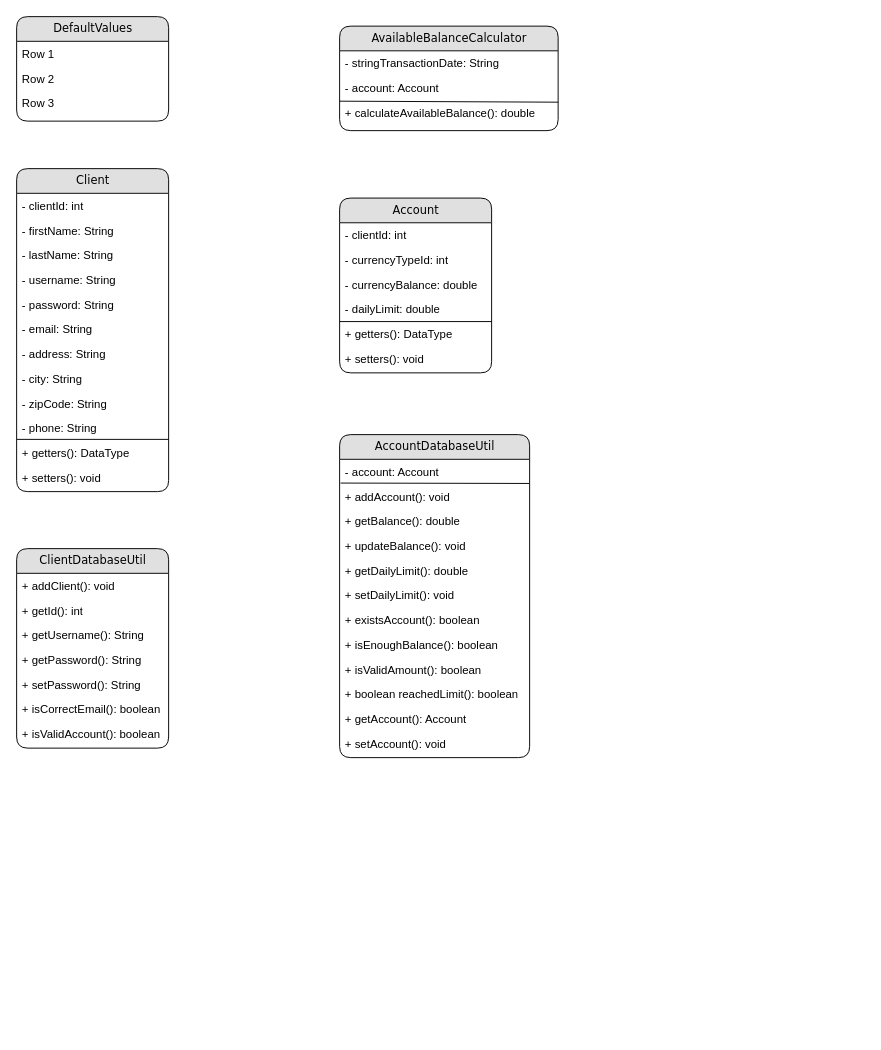
Above: bank-for-pros-UML.drawio in jren-jane/bank-for-pros (draw.io), before the change. Source tidied: cells renumbered, new cells numbered last; positions are measured from the earlier drawing's top-left corner, leaving out a move shared by most shapes. Both pictures are drawn from the tidied source at 95%, with x=0, y=0 at pixel (16, 16).
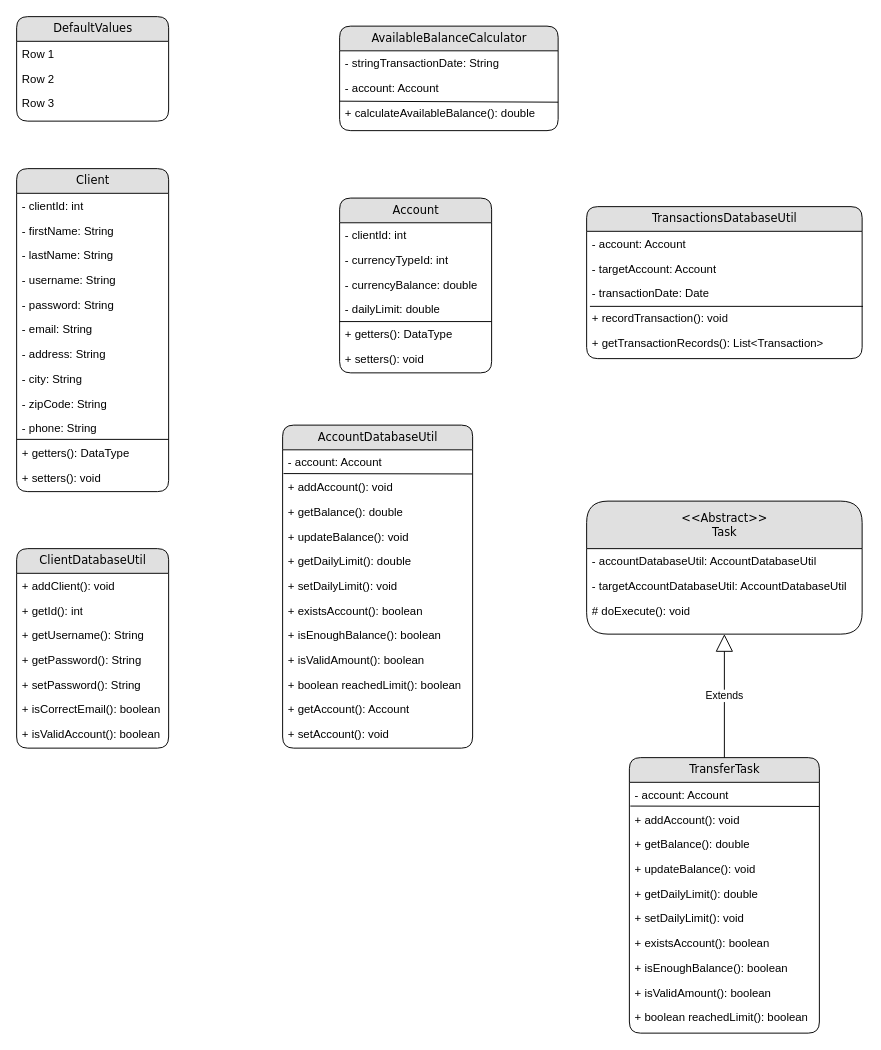
After the change.

What changed in the source:
```diff
@@
     <mxCell id="41" value="AccountDatabaseUtil" style="swimlane;html=1;fontStyle=0;horizontal=1;startSize=26;fillColor=#e0e0e0;swimlaneFillColor=#ffffff;align=center;rounded=1;shadow=0;comic=0;labelBackgroundColor=none;strokeWidth=1;fontFamily=Verdana;fontSize=12;" parent="1" vertex="1">
-      <mxGeometry x="340" y="440" width="200" height="340" as="geometry" />
+      <mxGeometry x="280" y="430" width="200" height="340" as="geometry" />
     </mxCell>
@@
+    <mxCell id="55" value="TransferTask" style="swimlane;html=1;fontStyle=0;horizontal=1;startSize=26;fillColor=#e0e0e0;swimlaneFillColor=#ffffff;align=center;rounded=1;shadow=0;comic=0;labelBackgroundColor=none;strokeWidth=1;fontFamily=Verdana;fontSize=12;" parent="1" vertex="1">
+      <mxGeometry x="645" y="780" width="200" height="290" as="geometry" />
+    </mxCell>
+    <mxCell id="56" value="- account: Account" style="text;html=1;strokeColor=none;fillColor=none;spacingLeft=4;spacingRight=4;whiteSpace=wrap;overflow=hidden;" parent="55" vertex="1">
+      <mxGeometry y="26" width="200" height="26" as="geometry" />
+    </mxCell>
+    <mxCell id="57" value="+ addAccount(): void" style="text;html=1;strokeColor=none;fillColor=none;spacingLeft=4;spacingRight=4;whiteSpace=wrap;overflow=hidden;points=[[0,0.5],[1,0.5]];portConstraint=eastwest;" parent="55" vertex="1">
+      <mxGeometry y="52" width="200" height="26" as="geometry" />
+    </mxCell>
+    <mxCell id="58" value="+ getBalance(): double" style="text;html=1;strokeColor=none;fillColor=none;spacingLeft=4;spacingRight=4;whiteSpace=wrap;overflow=hidden;" parent="55" vertex="1">
+      <mxGeometry y="78" width="200" height="26" as="geometry" />
+    </mxCell>
+    <mxCell id="59" value="+ updateBalance(): void" style="text;html=1;strokeColor=none;fillColor=none;spacingLeft=4;spacingRight=4;whiteSpace=wrap;overflow=hidden;" parent="55" vertex="1">
+      <mxGeometry y="104" width="200" height="26" as="geometry" />
+    </mxCell>
+    <mxCell id="60" value="+ getDailyLimit(): double" style="text;html=1;strokeColor=none;fillColor=none;spacingLeft=4;spacingRight=4;whiteSpace=wrap;overflow=hidden;" parent="55" vertex="1">
+      <mxGeometry y="130" width="200" height="26" as="geometry" />
+    </mxCell>
+    <mxCell id="61" value="+ setDailyLimit(): void" style="text;html=1;strokeColor=none;fillColor=none;spacingLeft=4;spacingRight=4;whiteSpace=wrap;overflow=hidden;" parent="55" vertex="1">
+      <mxGeometry y="156" width="200" height="26" as="geometry" />
+    </mxCell>
+    <mxCell id="62" value="+ existsAccount(): boolean" style="text;html=1;strokeColor=none;fillColor=none;spacingLeft=4;spacingRight=4;whiteSpace=wrap;overflow=hidden;" parent="55" vertex="1">
+      <mxGeometry y="182" width="200" height="26" as="geometry" />
+    </mxCell>
+    <mxCell id="63" value="+ isEnoughBalance(): boolean" style="text;html=1;strokeColor=none;fillColor=none;spacingLeft=4;spacingRight=4;whiteSpace=wrap;overflow=hidden;" parent="55" vertex="1">
+      <mxGeometry y="208" width="200" height="26" as="geometry" />
+    </mxCell>
+    <mxCell id="64" value="+ isValidAmount(): boolean" style="text;html=1;strokeColor=none;fillColor=none;spacingLeft=4;spacingRight=4;whiteSpace=wrap;overflow=hidden;" parent="55" vertex="1">
+      <mxGeometry y="234" width="200" height="26" as="geometry" />
+    </mxCell>
+    <mxCell id="65" value="+ boolean reachedLimit(): boolean" style="text;html=1;strokeColor=none;fillColor=none;spacingLeft=4;spacingRight=4;whiteSpace=wrap;overflow=hidden;" parent="55" vertex="1">
+      <mxGeometry y="260" width="200" height="26" as="geometry" />
+    </mxCell>
+    <mxCell id="66" style="endArrow=none;html=1;entryX=0.998;entryY=-0.023;entryDx=0;entryDy=0;entryPerimeter=0;" parent="55" edge="1" target="57">
+      <mxGeometry relative="1" as="geometry">
+        <mxPoint x="1" y="51" as="sourcePoint" />
+      </mxGeometry>
+    </mxCell>
+    <mxCell id="67" value="&amp;lt;&amp;lt;Abstract&amp;gt;&amp;gt;&lt;br&gt;Task" style="swimlane;html=1;fontStyle=0;horizontal=1;startSize=50;fillColor=#e0e0e0;swimlaneFillColor=#ffffff;align=center;rounded=1;shadow=0;comic=0;labelBackgroundColor=none;strokeWidth=1;fontFamily=Verdana;fontSize=12;" parent="1" vertex="1">
+      <mxGeometry x="600" y="510" width="290" height="140" as="geometry" />
+    </mxCell>
+    <mxCell id="68" value="- accountDatabaseUtil: AccountDatabaseUtil" style="text;html=1;strokeColor=none;fillColor=none;spacingLeft=4;spacingRight=4;whiteSpace=wrap;overflow=hidden;" parent="67" vertex="1">
+      <mxGeometry y="50" width="290" height="26" as="geometry" />
+    </mxCell>
+    <mxCell id="69" value="- targetAccountDatabaseUtil: AccountDatabaseUtil" style="text;html=1;strokeColor=none;fillColor=none;spacingLeft=4;spacingRight=4;whiteSpace=wrap;overflow=hidden;" parent="67" vertex="1">
+      <mxGeometry y="76" width="290" height="26" as="geometry" />
+    </mxCell>
+    <mxCell id="70" value="# doExecute(): void" style="text;html=1;strokeColor=none;fillColor=none;spacingLeft=4;spacingRight=4;whiteSpace=wrap;overflow=hidden;" parent="67" vertex="1">
+      <mxGeometry y="102" width="290" height="26" as="geometry" />
+    </mxCell>
+    <mxCell id="71" value="TransactionsDatabaseUtil" style="swimlane;html=1;fontStyle=0;horizontal=1;startSize=26;fillColor=#e0e0e0;swimlaneFillColor=#ffffff;align=center;rounded=1;shadow=0;comic=0;labelBackgroundColor=none;strokeWidth=1;fontFamily=Verdana;fontSize=12;" parent="1" vertex="1">
+      <mxGeometry x="600" y="200" width="290" height="160" as="geometry" />
+    </mxCell>
+    <mxCell id="72" value="- account: Account" style="text;html=1;strokeColor=none;fillColor=none;spacingLeft=4;spacingRight=4;whiteSpace=wrap;overflow=hidden;" parent="71" vertex="1">
+      <mxGeometry y="26" width="290" height="26" as="geometry" />
+    </mxCell>
+    <mxCell id="73" value="- targetAccount: Account" style="text;html=1;strokeColor=none;fillColor=none;spacingLeft=4;spacingRight=4;whiteSpace=wrap;overflow=hidden;" parent="71" vertex="1">
+      <mxGeometry y="52" width="290" height="26" as="geometry" />
+    </mxCell>
+    <mxCell id="74" value="- transactionDate: Date" style="text;html=1;strokeColor=none;fillColor=none;spacingLeft=4;spacingRight=4;whiteSpace=wrap;overflow=hidden;points=[[0,0.5],[1,0.5]];portConstraint=eastwest;" parent="71" vertex="1">
+      <mxGeometry y="78" width="290" height="26" as="geometry" />
+    </mxCell>
+    <mxCell id="75" style="endArrow=none;html=1;exitX=0.012;exitY=1.038;exitDx=0;exitDy=0;exitPerimeter=0;entryX=1.003;entryY=0.038;entryDx=0;entryDy=0;entryPerimeter=0;" parent="71" edge="1" source="74" target="76">
+      <mxGeometry relative="1" as="geometry" />
+    </mxCell>
+    <mxCell id="76" value="+ recordTransaction(): void" style="text;html=1;strokeColor=none;fillColor=none;spacingLeft=4;spacingRight=4;whiteSpace=wrap;overflow=hidden;points=[[0,0.5],[1,0.5]];portConstraint=eastwest;" parent="71" vertex="1">
+      <mxGeometry y="104" width="290" height="26" as="geometry" />
+    </mxCell>
+    <mxCell id="77" value="+ getTransactionRecords(): List&amp;lt;Transaction&amp;gt;" style="text;html=1;strokeColor=none;fillColor=none;spacingLeft=4;spacingRight=4;whiteSpace=wrap;overflow=hidden;" parent="71" vertex="1">
+      <mxGeometry y="130" width="290" height="26" as="geometry" />
+    </mxCell>
+    <mxCell id="78" value="Extends" style="endArrow=block;endSize=16;endFill=0;html=1;exitX=0.5;exitY=0;exitDx=0;exitDy=0;entryX=0.5;entryY=1;entryDx=0;entryDy=0;" parent="1" edge="1" source="55" target="67">
+      <mxGeometry relative="1" as="geometry" />
+    </mxCell>
```
